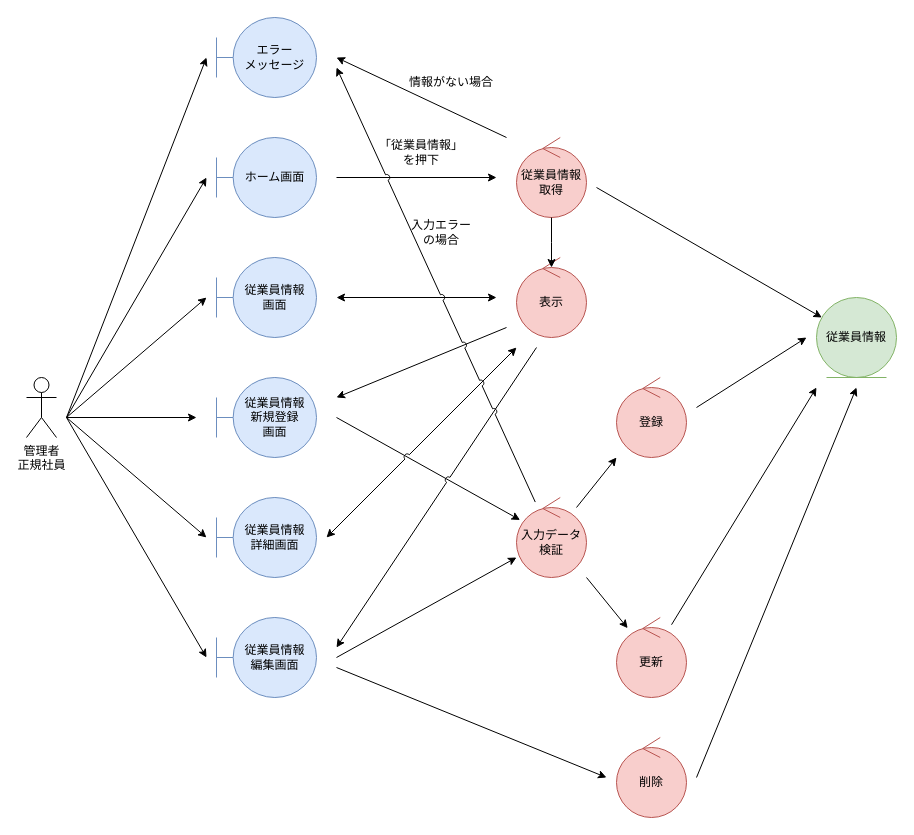
Above: page "従業員情報管理" (1 of 9) of 各種設計書/3ロバストネス図/人事管理/従業員情報管理.drawio in HaruShim/Sotuken (draw.io), before the change. Source tidied: cells renumbered, new cells numbered last; positions are measured from the earlier drawing's top-left corner, leaving out a move shared by most shapes. Both pictures are drawn from the tidied source at 100%, with x=0, y=0 at pixel (26, 17).
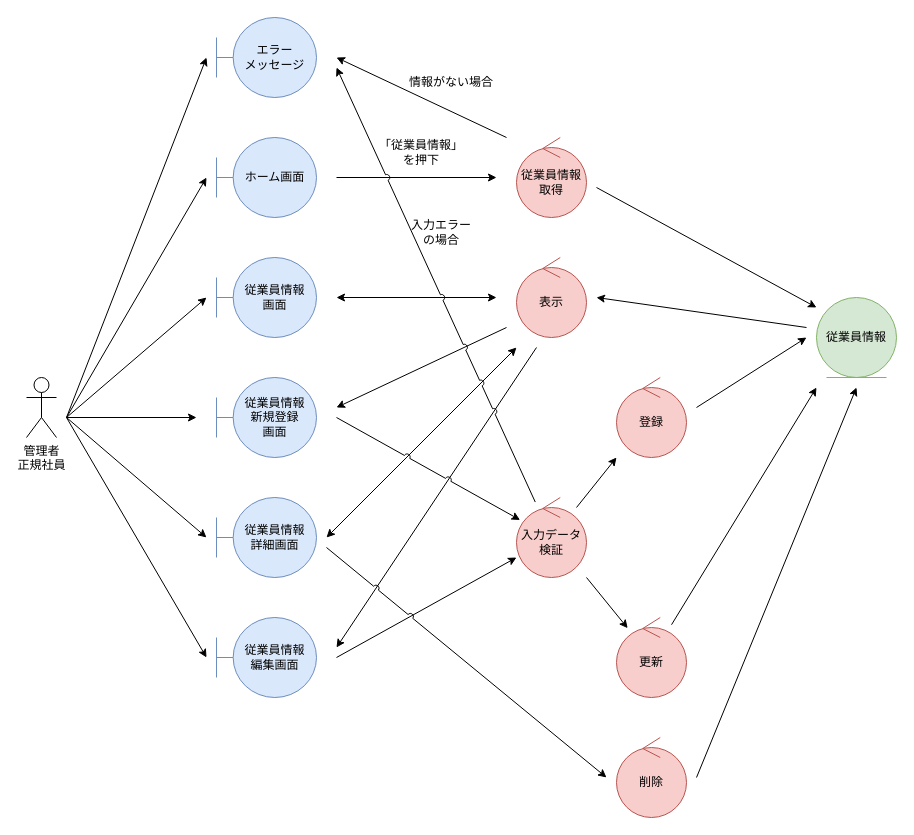
Above is the later version.

Unchanged cells that the change refers to:
```xml
<mxCell id="6" value="従業員情報取得" style="ellipse;shape=umlControl;whiteSpace=wrap;html=1;fillColor=#f8cecc;strokeColor=#b85450;" parent="1" vertex="1">
  <mxGeometry x="490" y="120" width="70" height="80" as="geometry" />
</mxCell>
<mxCell id="7" value="従業員情報" style="ellipse;shape=umlEntity;whiteSpace=wrap;html=1;fillColor=#d5e8d4;strokeColor=#82b366;" parent="1" vertex="1">
  <mxGeometry x="790" y="280" width="80" height="80" as="geometry" />
</mxCell>
<mxCell id="26" value="入力データ検証" style="ellipse;shape=umlControl;whiteSpace=wrap;html=1;fillColor=#f8cecc;strokeColor=#b85450;" parent="1" vertex="1">
  <mxGeometry x="490" y="480" width="70" height="80" as="geometry" />
</mxCell>
```

The edit, as a diff of the source:
```diff
@@
     <mxCell id="13" style="endArrow=classic;html=1;rounded=0;" parent="1" edge="1">
       <mxGeometry relative="1" as="geometry">
         <mxPoint x="480" y="310" as="sourcePoint" />
-        <mxPoint x="310" y="380" as="targetPoint" />
+        <mxPoint x="310" y="390" as="targetPoint" />
       </mxGeometry>
     </mxCell>
@@
-    <mxCell id="28" style="endArrow=classic;html=1;rounded=0;" parent="1" edge="1" target="26">
-      <mxGeometry relative="1" as="geometry">
-        <mxPoint x="310" y="400" as="sourcePoint" />
-      </mxGeometry>
-    </mxCell>
@@
-    <mxCell id="35" style="endArrow=classic;html=1;rounded=0;" parent="1" edge="1" target="7">
+    <mxCell id="35" style="endArrow=classic;html=1;rounded=0;" parent="1" edge="1">
       <mxGeometry relative="1" as="geometry">
         <mxPoint x="570" y="170" as="sourcePoint" />
+        <mxPoint x="790" y="290" as="targetPoint" />
       </mxGeometry>
     </mxCell>
-    <mxCell id="36" style="endArrow=classic;html=1;rounded=0;" parent="1" edge="1">
-      <mxGeometry relative="1" as="geometry">
-        <mxPoint x="310" y="650" as="sourcePoint" />
-        <mxPoint x="580" y="760" as="targetPoint" />
-      </mxGeometry>
-    </mxCell>
-    <mxCell id="37" style="edgeStyle=orthogonalEdgeStyle;rounded=0;jettySize=auto;html=1;" parent="1" edge="1" source="6">
-      <mxGeometry relative="1" as="geometry">
-        <mxPoint x="525" y="250" as="targetPoint" />
-      </mxGeometry>
-    </mxCell>
-    <mxCell id="38" style="endArrow=classic;html=1;rounded=0;jumpStyle=arc;" parent="1" edge="1">
+    <mxCell id="38" style="endArrow=classic;html=1;rounded=0;jumpStyle=none;" parent="1" edge="1">
       <mxGeometry relative="1" as="geometry">
         <mxPoint x="510" y="330" as="sourcePoint" />
         <mxPoint x="310" y="630" as="targetPoint" />
       </mxGeometry>
     </mxCell>
-    <mxCell id="39" style="endArrow=classic;startArrow=classic;html=1;rounded=0;jumpStyle=arc;" parent="1" edge="1">
+    <mxCell id="39" style="endArrow=classic;startArrow=classic;html=1;rounded=0;jumpStyle=none;" parent="1" edge="1">
       <mxGeometry relative="1" as="geometry">
         <mxPoint x="300" y="520" as="sourcePoint" />
         <mxPoint x="490" y="330" as="targetPoint" />
       </mxGeometry>
     </mxCell>
@@
+    <mxCell id="42" style="endArrow=classic;html=1;rounded=0;" parent="1" edge="1">
+      <mxGeometry relative="1" as="geometry">
+        <mxPoint x="780" y="310" as="sourcePoint" />
+        <mxPoint x="570" y="280" as="targetPoint" />
+      </mxGeometry>
+    </mxCell>
+    <mxCell id="28" style="endArrow=classic;html=1;rounded=0;jumpStyle=arc;" parent="1" edge="1" target="26">
+      <mxGeometry relative="1" as="geometry">
+        <mxPoint x="310" y="400" as="sourcePoint" />
+      </mxGeometry>
+    </mxCell>
+    <mxCell id="36" style="endArrow=classic;html=1;rounded=0;jumpStyle=arc;" parent="1" edge="1">
+      <mxGeometry relative="1" as="geometry">
+        <mxPoint x="300" y="530" as="sourcePoint" />
+        <mxPoint x="580" y="760" as="targetPoint" />
+      </mxGeometry>
+    </mxCell>
```
